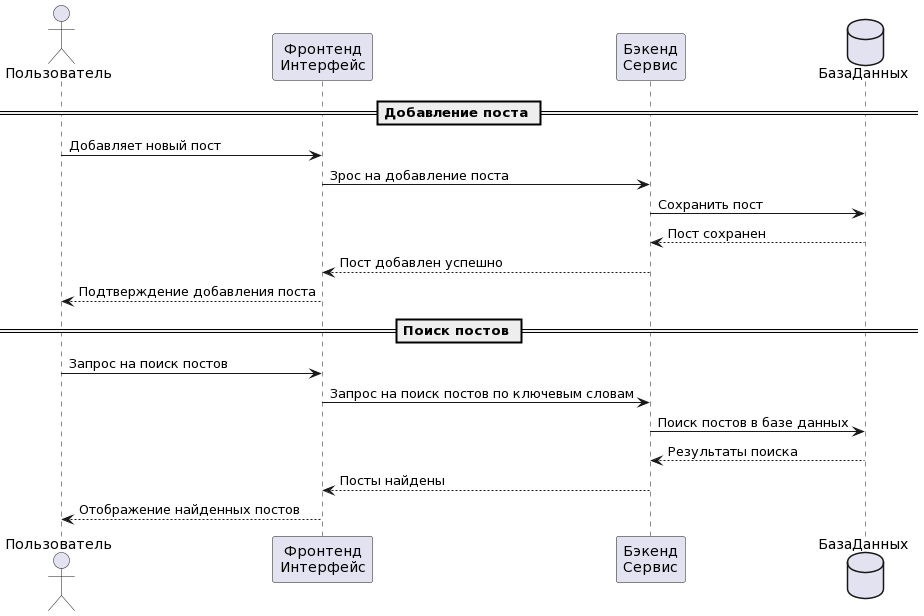
This is course-work/images/seach-diagram.png from finds-su/lost-and-found, a PlantUML export, as it was before one commit. The source it was exported from:
```plantuml
@startuml
actor Пользователь as User
participant "Фронтенд\nИнтерфейс" as Frontend
participant "Бэкенд\nСервис" as Backend
database БазаДанных as Database

== Добавление поста ==
User -> Frontend : Добавляет новый пост
Frontend -> Backend : Зрос на добавление поста
Backend -> Database : Сохранить пост
Database --> Backend : Пост сохранен
Backend --> Frontend : Пост добавлен успешно
Frontend --> User : Подтверждение добавления поста

== Поиск постов ==
User -> Frontend : Запрос на поиск постов
Frontend -> Backend : Запрос на поиск постов по ключевым словам
Backend -> Database : Поиск постов в базе данных
Database --> Backend : Результаты поиска
Backend --> Frontend : Посты найдены
Frontend --> User : Отображение найденных постов
@enduml
```
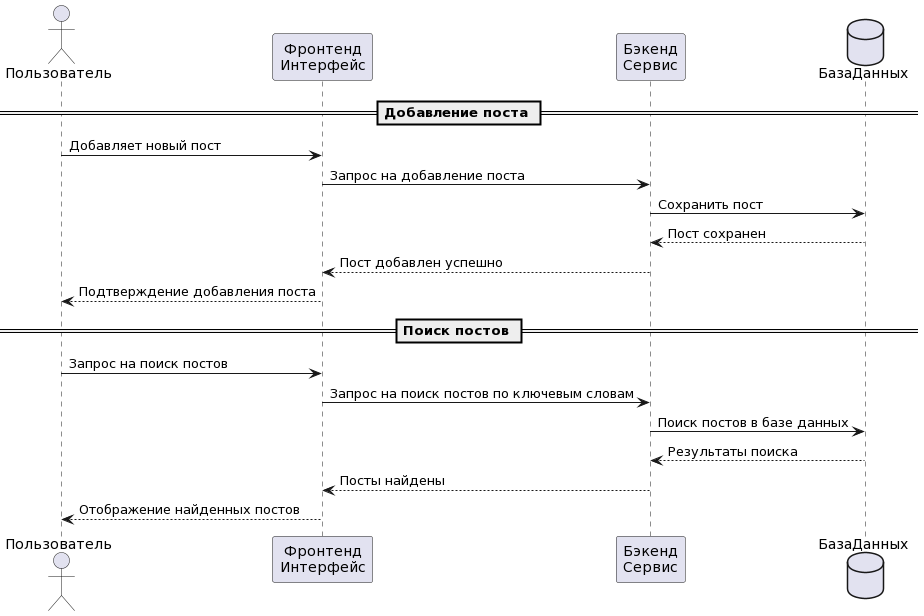
After the change.

What changed in the source:
```diff
@@ -6,7 +6,7 @@
 
 == Добавление поста ==
 User -> Frontend : Добавляет новый пост
-Frontend -> Backend : Зрос на добавление поста
+Frontend -> Backend : Запрос на добавление поста
 Backend -> Database : Сохранить пост
 Database --> Backend : Пост сохранен
 Backend --> Frontend : Пост добавлен успешно
```
